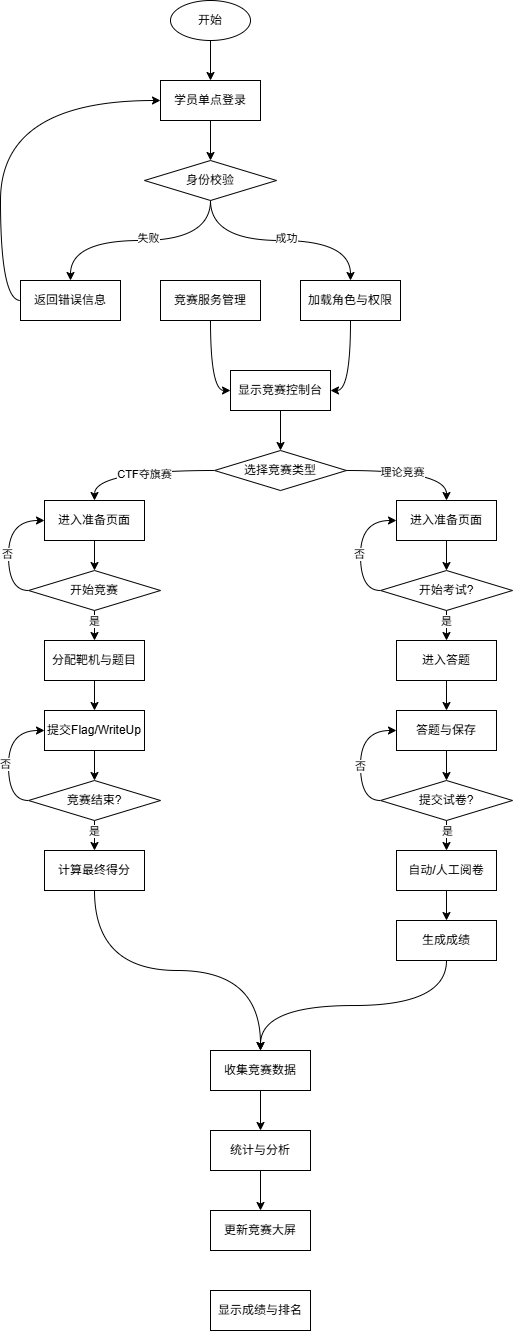
Earlier version of the draw.io export 竞赛一体化平台系统信息流程图.png (BlueTeethAC/drowIOWarehouse). Source tidied: cells renumbered, new cells last; positions are measured from the earlier drawing's top-left corner, leaving out a move shared by most shapes.
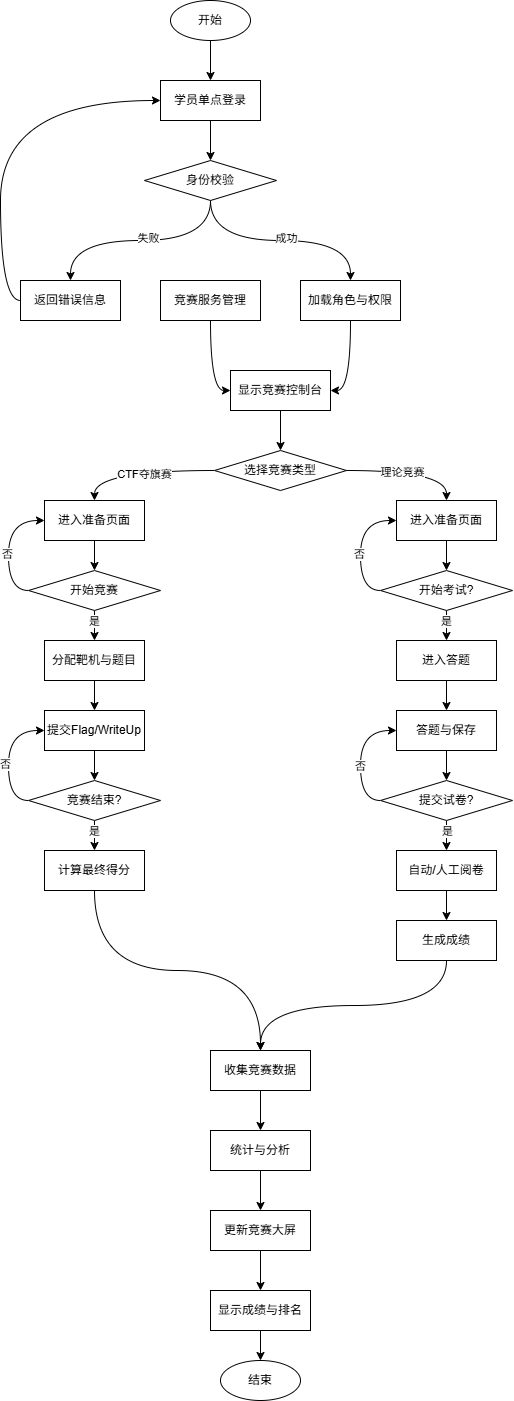
Above is the later version.

Commit message:
更新竞赛一体化平台系统信息流程图.png

Change to the diagram source:
```diff
@@ -194,11 +194,20 @@
     <mxCell id="65" value="统计与分析" style="rounded=0;whiteSpace=wrap;html=1;" parent="1" vertex="1">
       <mxGeometry x="190" y="1130" width="100" height="40" as="geometry" />
     </mxCell>
+    <mxCell id="68" style="edgeStyle=orthogonalEdgeStyle;curved=1;rounded=0;jettySize=auto;html=1;exitX=0.5;exitY=1;exitDx=0;exitDy=0;" parent="1" edge="1" source="66" target="67">
+      <mxGeometry relative="1" as="geometry" />
+    </mxCell>
     <mxCell id="66" value="更新竞赛大屏" style="rounded=0;whiteSpace=wrap;html=1;" parent="1" vertex="1">
       <mxGeometry x="190" y="1210" width="100" height="40" as="geometry" />
     </mxCell>
+    <mxCell id="69" style="edgeStyle=orthogonalEdgeStyle;curved=1;rounded=0;jettySize=auto;html=1;exitX=0.5;exitY=1;exitDx=0;exitDy=0;entryX=0.5;entryY=0;entryDx=0;entryDy=0;" parent="1" edge="1" source="67" target="70">
+      <mxGeometry relative="1" as="geometry" />
+    </mxCell>
     <mxCell id="67" value="显示成绩与排名" style="rounded=0;whiteSpace=wrap;html=1;" parent="1" vertex="1">
       <mxGeometry x="190" y="1290" width="100" height="40" as="geometry" />
     </mxCell>
+    <mxCell id="70" value="结束" style="ellipse;whiteSpace=wrap;html=1;" parent="1" vertex="1">
+      <mxGeometry x="200" y="1360" width="80" height="40" as="geometry" />
+    </mxCell>
   </root>
 </mxGraphModel>
```
